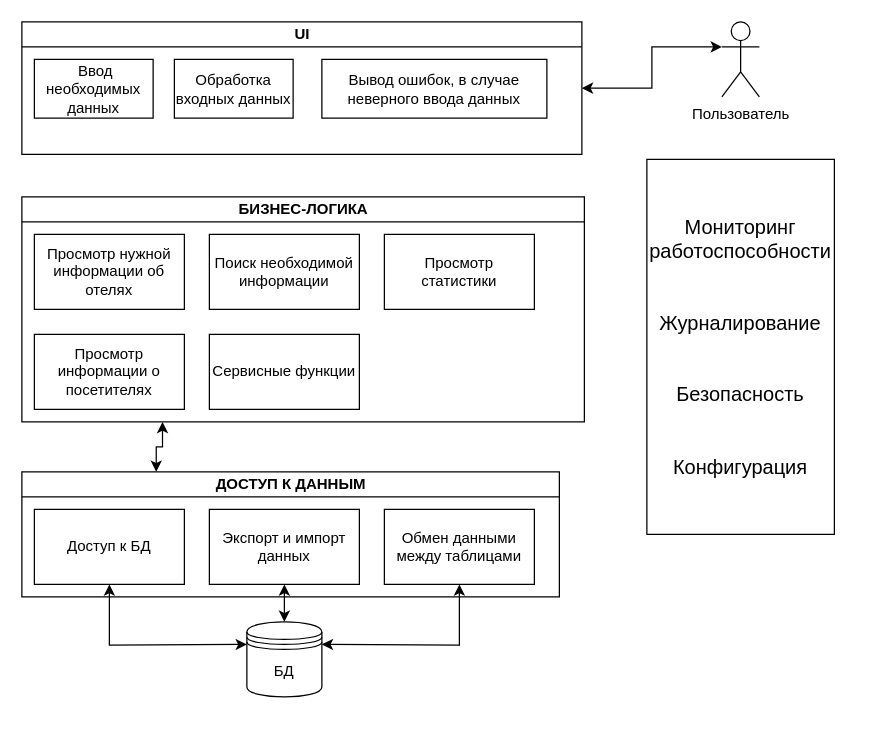
Before: page "Страница 7" (7 of 9) of lab_01/docs/ppo.drawio in kpirap18/BMSTU-Software-Design-sem6, a draw.io diagram. Source tidied: cells renumbered, new cells numbered last; positions are measured from the earlier drawing's top-left corner, leaving out a move shared by most shapes. Both pictures are drawn from the tidied source at 125%, with x=0, y=0 at pixel (21, 21).
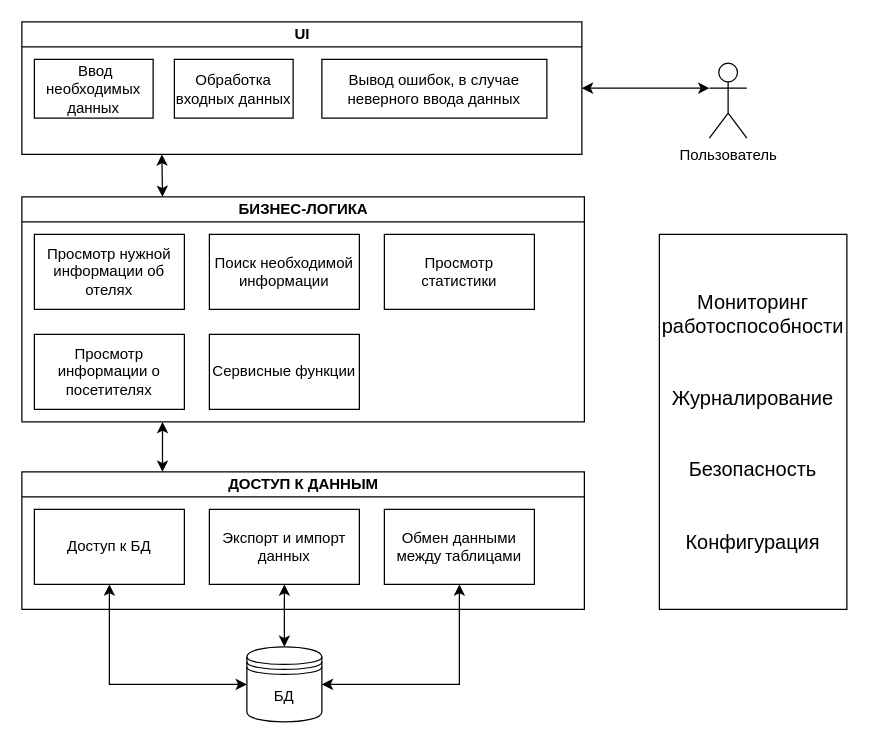
The same page after the edit.

Unchanged cells that the change refers to:
```xml
<mxCell id="2" value="UI" style="swimlane;html=1;startSize=20;horizontal=1;containerType=tree;newEdgeStyle={&quot;edgeStyle&quot;:&quot;elbowEdgeStyle&quot;,&quot;startArrow&quot;:&quot;none&quot;,&quot;endArrow&quot;:&quot;none&quot;};" parent="1" vertex="1">
  <mxGeometry width="448" height="106" as="geometry" />
</mxCell>
<mxCell id="7" value="БИЗНЕС-ЛОГИКА" style="swimlane;html=1;startSize=20;horizontal=1;containerType=tree;newEdgeStyle={&quot;edgeStyle&quot;:&quot;elbowEdgeStyle&quot;,&quot;startArrow&quot;:&quot;none&quot;,&quot;endArrow&quot;:&quot;none&quot;};" parent="1" vertex="1">
  <mxGeometry y="140" width="450" height="180" as="geometry" />
</mxCell>
<mxCell id="14" value="Доступ к БД" style="rounded=0;whiteSpace=wrap;html=1;" parent="13" vertex="1">
  <mxGeometry x="10" y="30" width="120" height="60" as="geometry" />
</mxCell>
<mxCell id="15" value="Обмен данными между таблицами" style="rounded=0;whiteSpace=wrap;html=1;" parent="13" vertex="1">
  <mxGeometry x="290" y="30" width="120" height="60" as="geometry" />
</mxCell>
<mxCell id="16" value="Экспорт и импорт данных" style="rounded=0;whiteSpace=wrap;html=1;" parent="13" vertex="1">
  <mxGeometry x="150" y="30" width="120" height="60" as="geometry" />
</mxCell>
```

Diff of the diagram source:
```diff
@@
+    <mxCell id="24" style="edgeStyle=orthogonalEdgeStyle;rounded=0;jettySize=auto;html=1;exitX=0.25;exitY=1;exitDx=0;exitDy=0;entryX=0.25;entryY=0;entryDx=0;entryDy=0;startArrow=classic;startFill=1;" parent="1" edge="1" source="2" target="7">
+      <mxGeometry relative="1" as="geometry" />
+    </mxCell>
@@
     <mxCell id="13" value="ДОСТУП К ДАННЫМ" style="swimlane;html=1;startSize=20;horizontal=1;containerType=tree;newEdgeStyle={&quot;edgeStyle&quot;:&quot;elbowEdgeStyle&quot;,&quot;startArrow&quot;:&quot;none&quot;,&quot;endArrow&quot;:&quot;none&quot;};" parent="1" vertex="1">
-      <mxGeometry y="360" width="430" height="100" as="geometry" />
+      <mxGeometry y="360" width="450" height="110" as="geometry" />
     </mxCell>
@@
-    <mxCell id="17" style="edgeStyle=orthogonalEdgeStyle;rounded=0;jettySize=auto;html=1;exitX=0;exitY=0.3;exitDx=0;exitDy=0;startArrow=classic;startFill=1;" parent="1" edge="1" target="14">
-      <mxGeometry relative="1" as="geometry">
-        <mxPoint x="180" y="498" as="sourcePoint" />
-      </mxGeometry>
-    </mxCell>
-    <mxCell id="18" style="edgeStyle=orthogonalEdgeStyle;rounded=0;jettySize=auto;html=1;exitX=0.5;exitY=0;exitDx=0;exitDy=0;entryX=0.5;entryY=1;entryDx=0;entryDy=0;startArrow=classic;startFill=1;" parent="1" edge="1" target="16">
-      <mxGeometry relative="1" as="geometry">
-        <mxPoint x="210" y="480" as="sourcePoint" />
-      </mxGeometry>
-    </mxCell>
-    <mxCell id="19" style="edgeStyle=orthogonalEdgeStyle;rounded=0;jettySize=auto;html=1;exitX=1;exitY=0.3;exitDx=0;exitDy=0;entryX=0.5;entryY=1;entryDx=0;entryDy=0;startArrow=classic;startFill=1;" parent="1" edge="1" target="15">
-      <mxGeometry relative="1" as="geometry">
-        <mxPoint x="240" y="498" as="sourcePoint" />
-      </mxGeometry>
-    </mxCell>
     <mxCell id="20" value="&lt;font style=&quot;font-size: 16px&quot;&gt;Мониторинг работоспособности&lt;br&gt;&lt;br&gt;&lt;br&gt;Журналирование&lt;br&gt;&lt;br&gt;&lt;br&gt;Безопасность&lt;br&gt;&lt;br&gt;&lt;br&gt;Конфигурация&lt;/font&gt;" style="rounded=0;whiteSpace=wrap;html=1;" parent="1" vertex="1">
-      <mxGeometry x="500" y="110" width="150" height="300" as="geometry" />
+      <mxGeometry x="510" y="170" width="150" height="300" as="geometry" />
     </mxCell>
@@
     <mxCell id="22" value="Пользователь" style="shape=umlActor;verticalLabelPosition=bottom;verticalAlign=top;html=1;" parent="1" vertex="1">
-      <mxGeometry x="560" width="30" height="60" as="geometry" />
+      <mxGeometry x="550" y="33" width="30" height="60" as="geometry" />
     </mxCell>
     <mxCell id="23" value="БД" style="shape=datastore;whiteSpace=wrap;html=1;" parent="1" vertex="1">
-      <mxGeometry x="180" y="480" width="60" height="60" as="geometry" />
+      <mxGeometry x="180" y="500" width="60" height="60" as="geometry" />
     </mxCell>
+    <mxCell id="25" style="edgeStyle=orthogonalEdgeStyle;rounded=0;jettySize=auto;html=1;exitX=0.5;exitY=1;exitDx=0;exitDy=0;entryX=0.5;entryY=0;entryDx=0;entryDy=0;startArrow=classic;startFill=1;" parent="1" edge="1" source="16" target="23">
+      <mxGeometry relative="1" as="geometry" />
+    </mxCell>
+    <mxCell id="26" style="edgeStyle=orthogonalEdgeStyle;rounded=0;jettySize=auto;html=1;exitX=0.5;exitY=1;exitDx=0;exitDy=0;entryX=1;entryY=0.5;entryDx=0;entryDy=0;startArrow=classic;startFill=1;" parent="1" edge="1" source="15" target="23">
+      <mxGeometry relative="1" as="geometry" />
+    </mxCell>
+    <mxCell id="27" style="edgeStyle=orthogonalEdgeStyle;rounded=0;jettySize=auto;html=1;exitX=0.5;exitY=1;exitDx=0;exitDy=0;entryX=0;entryY=0.5;entryDx=0;entryDy=0;startArrow=classic;startFill=1;" parent="1" edge="1" source="14" target="23">
+      <mxGeometry relative="1" as="geometry" />
+    </mxCell>
```
